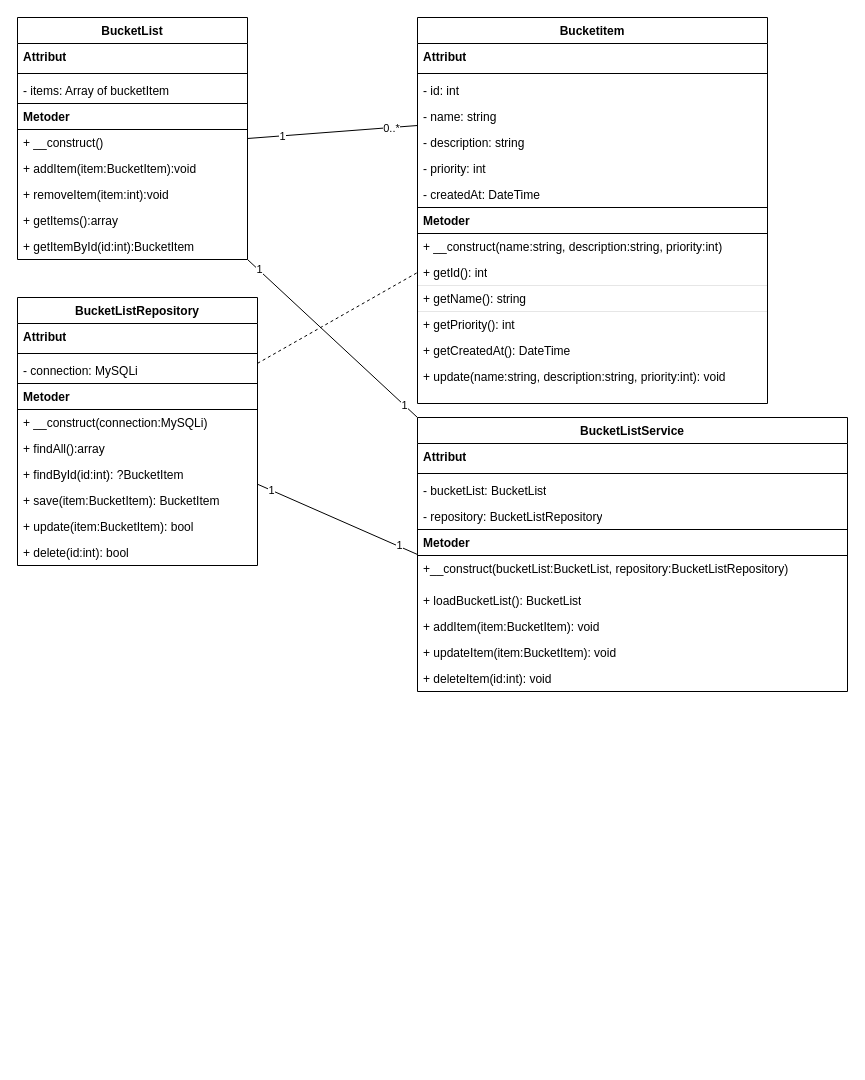
The draw.io diagram docs/diagrams/class-diagram.drawio in izab2500/wp-bucketlist, before the edit. Source tidied: cells renumbered, new cells numbered last; positions are measured from the earlier drawing's top-left corner, leaving out a move shared by most shapes. Both pictures are drawn from the tidied source at 100%, with x=0, y=0 at pixel (17, 17).
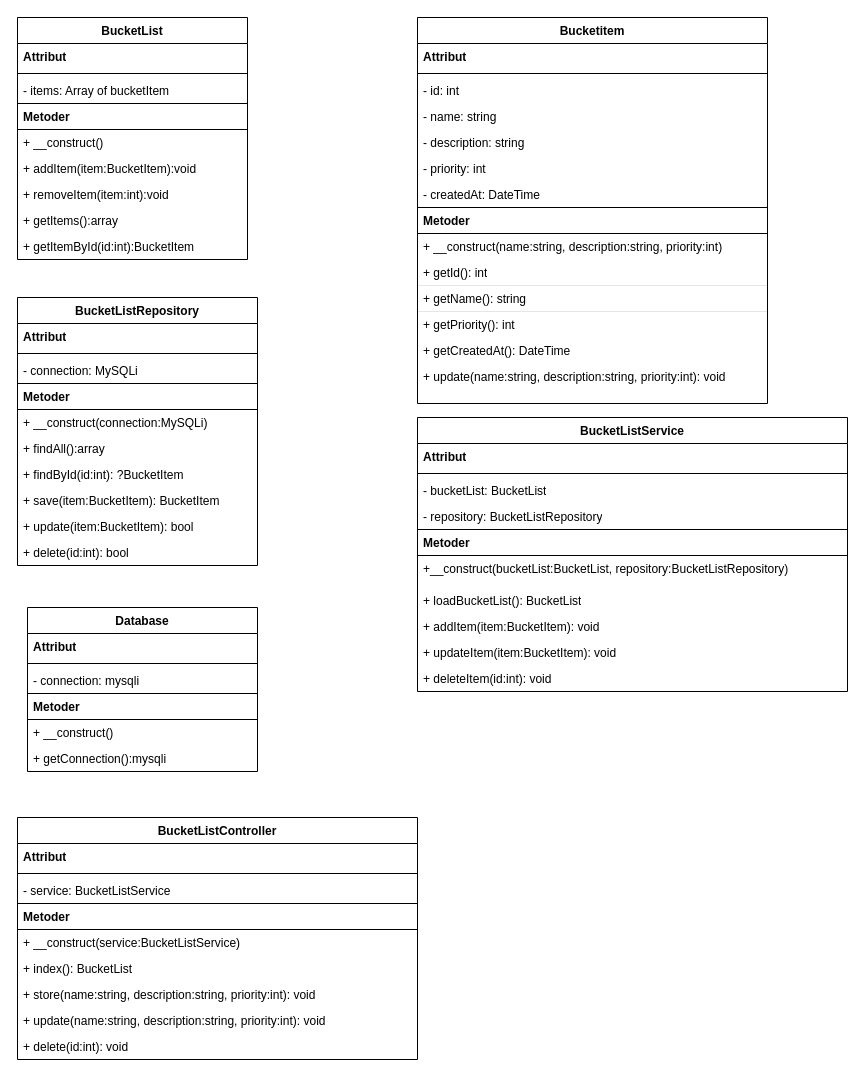
After the change.

Commit message:
docs: add UML class diagram for application classes

Unchanged cells that the change refers to:
```xml
<mxCell id="6" value="- name: string" style="text;strokeColor=none;fillColor=none;align=left;verticalAlign=top;spacingLeft=4;spacingRight=4;overflow=hidden;points=[[0,0.5],[1,0.5]];portConstraint=eastwest;whiteSpace=wrap;html=1;" parent="2" vertex="1">
  <mxGeometry y="86" width="350" height="26" as="geometry" />
</mxCell>
<mxCell id="12" value="+ getId(): int" style="text;strokeColor=none;fillColor=none;align=left;verticalAlign=top;spacingLeft=4;spacingRight=4;overflow=hidden;points=[[0,0.5],[1,0.5]];portConstraint=eastwest;whiteSpace=wrap;html=1;" parent="2" vertex="1">
  <mxGeometry y="242" width="350" height="26" as="geometry" />
</mxCell>
<mxCell id="20" value="BucketList" style="swimlane;fontStyle=1;align=center;verticalAlign=top;horizontal=1;startSize=26;whiteSpace=wrap;html=1;" parent="1" vertex="1">
  <mxGeometry width="230" height="242" as="geometry" />
</mxCell>
<mxCell id="34" value="BucketListRepository" style="swimlane;fontStyle=1;align=center;verticalAlign=top;horizontal=1;startSize=26;whiteSpace=wrap;html=1;" parent="1" vertex="1">
  <mxGeometry y="280" width="240" height="268" as="geometry" />
</mxCell>
<mxCell id="45" value="BucketListService" style="swimlane;fontStyle=1;align=center;verticalAlign=top;horizontal=1;startSize=26;whiteSpace=wrap;html=1;" parent="1" vertex="1">
  <mxGeometry x="400" y="400" width="430" height="274" as="geometry" />
</mxCell>
```

The edit, as a diff of the source:
```diff
@@
-    <mxCell id="17" style="edgeStyle=none;html=1;exitX=1;exitY=1;exitDx=0;exitDy=0;entryX=0;entryY=0;entryDx=0;entryDy=0;endArrow=none;endFill=0;" parent="1" edge="1" source="20" target="45">
-      <mxGeometry relative="1" as="geometry" />
-    </mxCell>
-    <mxCell id="18" value="1" style="edgeLabel;html=1;align=center;verticalAlign=middle;inheritText=1;" parent="17" vertex="1">
-      <mxGeometry x="-0.87" y="1" relative="1" as="geometry" />
-    </mxCell>
-    <mxCell id="19" value="1" style="edgeLabel;html=1;align=center;verticalAlign=middle;inheritText=1;" parent="17" vertex="1">
-      <mxGeometry x="0.84" relative="1" as="geometry" />
-    </mxCell>
@@
-    <mxCell id="30" style="edgeStyle=none;html=1;entryX=0;entryY=0.5;entryDx=0;entryDy=0;endArrow=none;endFill=0;" parent="1" edge="1" source="34" target="45">
-      <mxGeometry relative="1" as="geometry" />
-    </mxCell>
-    <mxCell id="31" value="1" style="edgeLabel;html=1;align=center;verticalAlign=middle;inheritText=1;" parent="30" vertex="1">
-      <mxGeometry x="-0.83" relative="1" as="geometry" />
-    </mxCell>
-    <mxCell id="32" value="1" style="edgeLabel;html=1;align=center;verticalAlign=middle;inheritText=1;" parent="30" vertex="1">
-      <mxGeometry x="0.76" y="1" relative="1" as="geometry" />
-    </mxCell>
-    <mxCell id="33" style="edgeStyle=none;html=1;entryX=0;entryY=0.5;entryDx=0;entryDy=0;endArrow=none;endFill=0;dashed=1;" parent="1" edge="1" source="34" target="12">
-      <mxGeometry relative="1" as="geometry" />
-    </mxCell>
@@
-    <mxCell id="56" style="edgeStyle=none;html=1;exitX=1;exitY=0.5;exitDx=0;exitDy=0;entryX=0;entryY=0.846;entryDx=0;entryDy=0;entryPerimeter=0;endArrow=none;endFill=0;" parent="1" edge="1" source="20" target="6">
-      <mxGeometry relative="1" as="geometry" />
-    </mxCell>
-    <mxCell id="57" value="1" style="edgeLabel;html=1;align=center;verticalAlign=middle;inheritText=1;" parent="56" vertex="1">
-      <mxGeometry x="-0.59" relative="1" as="geometry" />
-    </mxCell>
-    <mxCell id="58" value="0..*" style="edgeLabel;html=1;align=center;verticalAlign=middle;inheritText=1;" parent="56" vertex="1">
-      <mxGeometry x="0.69" relative="1" as="geometry" />
-    </mxCell>
+    <mxCell id="59" value="Database" style="swimlane;fontStyle=1;align=center;verticalAlign=top;horizontal=1;startSize=26;whiteSpace=wrap;html=1;" parent="1" vertex="1">
+      <mxGeometry x="10" y="590" width="230" height="164" as="geometry" />
+    </mxCell>
+    <mxCell id="60" value="&lt;b&gt;Attribut&lt;/b&gt;" style="text;strokeColor=none;fillColor=none;align=left;verticalAlign=top;spacingLeft=4;spacingRight=4;overflow=hidden;whiteSpace=wrap;html=1;" parent="59" vertex="1">
+      <mxGeometry y="26" width="230" height="26" as="geometry" />
+    </mxCell>
+    <mxCell id="61" style="line;strokeWidth=1;fillColor=none;align=left;verticalAlign=middle;spacingTop=-1;spacingLeft=3;spacingRight=3;labelPosition=right;strokeColor=inherit;labelPerimeter=1;" parent="59" vertex="1">
+      <mxGeometry y="52" width="230" height="8" as="geometry" />
+    </mxCell>
+    <mxCell id="62" value="- connection: mysqli" style="text;strokeColor=none;fillColor=none;align=left;verticalAlign=top;spacingLeft=4;spacingRight=4;overflow=hidden;whiteSpace=wrap;html=1;" parent="59" vertex="1">
+      <mxGeometry y="60" width="230" height="26" as="geometry" />
+    </mxCell>
+    <mxCell id="63" value="&lt;b&gt;Metoder&lt;/b&gt;" style="text;strokeColor=default;fillColor=none;align=left;verticalAlign=top;spacingLeft=4;spacingRight=4;overflow=hidden;whiteSpace=wrap;html=1;" parent="59" vertex="1">
+      <mxGeometry y="86" width="230" height="26" as="geometry" />
+    </mxCell>
+    <mxCell id="64" value="+ __construct()" style="text;strokeColor=none;fillColor=none;align=left;verticalAlign=top;spacingLeft=4;spacingRight=4;overflow=hidden;whiteSpace=wrap;html=1;" parent="59" vertex="1">
+      <mxGeometry y="112" width="230" height="26" as="geometry" />
+    </mxCell>
+    <mxCell id="65" value="+ getConnection():mysqli" style="text;strokeColor=none;fillColor=none;align=left;verticalAlign=top;spacingLeft=4;spacingRight=4;overflow=hidden;whiteSpace=wrap;html=1;" parent="59" vertex="1">
+      <mxGeometry y="138" width="230" height="26" as="geometry" />
+    </mxCell>
+    <mxCell id="66" value="BucketListController" style="swimlane;fontStyle=1;align=center;verticalAlign=top;horizontal=1;startSize=26;whiteSpace=wrap;html=1;" parent="1" vertex="1">
+      <mxGeometry y="800" width="400" height="242" as="geometry" />
+    </mxCell>
+    <mxCell id="67" value="&lt;b&gt;Attribut&lt;/b&gt;" style="text;strokeColor=none;fillColor=none;align=left;verticalAlign=top;spacingLeft=4;spacingRight=4;overflow=hidden;whiteSpace=wrap;html=1;" parent="66" vertex="1">
+      <mxGeometry y="26" width="400" height="26" as="geometry" />
+    </mxCell>
+    <mxCell id="68" style="line;strokeWidth=1;fillColor=none;align=left;verticalAlign=middle;spacingTop=-1;spacingLeft=3;spacingRight=3;labelPosition=right;strokeColor=inherit;labelPerimeter=1;" parent="66" vertex="1">
+      <mxGeometry y="52" width="400" height="8" as="geometry" />
+    </mxCell>
+    <mxCell id="69" value="- service: BucketListService" style="text;strokeColor=none;fillColor=none;align=left;verticalAlign=top;spacingLeft=4;spacingRight=4;overflow=hidden;whiteSpace=wrap;html=1;" parent="66" vertex="1">
+      <mxGeometry y="60" width="400" height="26" as="geometry" />
+    </mxCell>
+    <mxCell id="70" value="&lt;b&gt;Metoder&lt;/b&gt;" style="text;strokeColor=default;fillColor=none;align=left;verticalAlign=top;spacingLeft=4;spacingRight=4;overflow=hidden;whiteSpace=wrap;html=1;" parent="66" vertex="1">
+      <mxGeometry y="86" width="400" height="26" as="geometry" />
+    </mxCell>
+    <mxCell id="71" value="+ __construct(service:BucketListService)" style="text;strokeColor=none;fillColor=none;align=left;verticalAlign=top;spacingLeft=4;spacingRight=4;overflow=hidden;whiteSpace=wrap;html=1;" parent="66" vertex="1">
+      <mxGeometry y="112" width="400" height="26" as="geometry" />
+    </mxCell>
+    <mxCell id="72" value="+ index(): BucketList&lt;div&gt;&lt;br&gt;&lt;/div&gt;" style="text;strokeColor=none;fillColor=none;align=left;verticalAlign=top;spacingLeft=4;spacingRight=4;overflow=hidden;whiteSpace=wrap;html=1;" parent="66" vertex="1">
+      <mxGeometry y="138" width="400" height="26" as="geometry" />
+    </mxCell>
+    <mxCell id="73" value="+ store(name:string, description:string, priority:int): void&lt;div&gt;&lt;br&gt;&lt;/div&gt;" style="text;strokeColor=none;fillColor=none;align=left;verticalAlign=top;spacingLeft=4;spacingRight=4;overflow=hidden;whiteSpace=wrap;html=1;" parent="66" vertex="1">
+      <mxGeometry y="164" width="400" height="26" as="geometry" />
+    </mxCell>
+    <mxCell id="74" value="+ update(name:string, description:string, priority:int): void&lt;div&gt;&lt;br&gt;&lt;/div&gt;" style="text;strokeColor=none;fillColor=none;align=left;verticalAlign=top;spacingLeft=4;spacingRight=4;overflow=hidden;whiteSpace=wrap;html=1;" parent="66" vertex="1">
+      <mxGeometry y="190" width="400" height="26" as="geometry" />
+    </mxCell>
+    <mxCell id="75" value="+ delete(id:int): void&lt;div&gt;&lt;br&gt;&lt;/div&gt;" style="text;strokeColor=none;fillColor=none;align=left;verticalAlign=top;spacingLeft=4;spacingRight=4;overflow=hidden;whiteSpace=wrap;html=1;" parent="66" vertex="1">
+      <mxGeometry y="216" width="400" height="26" as="geometry" />
+    </mxCell>
```
